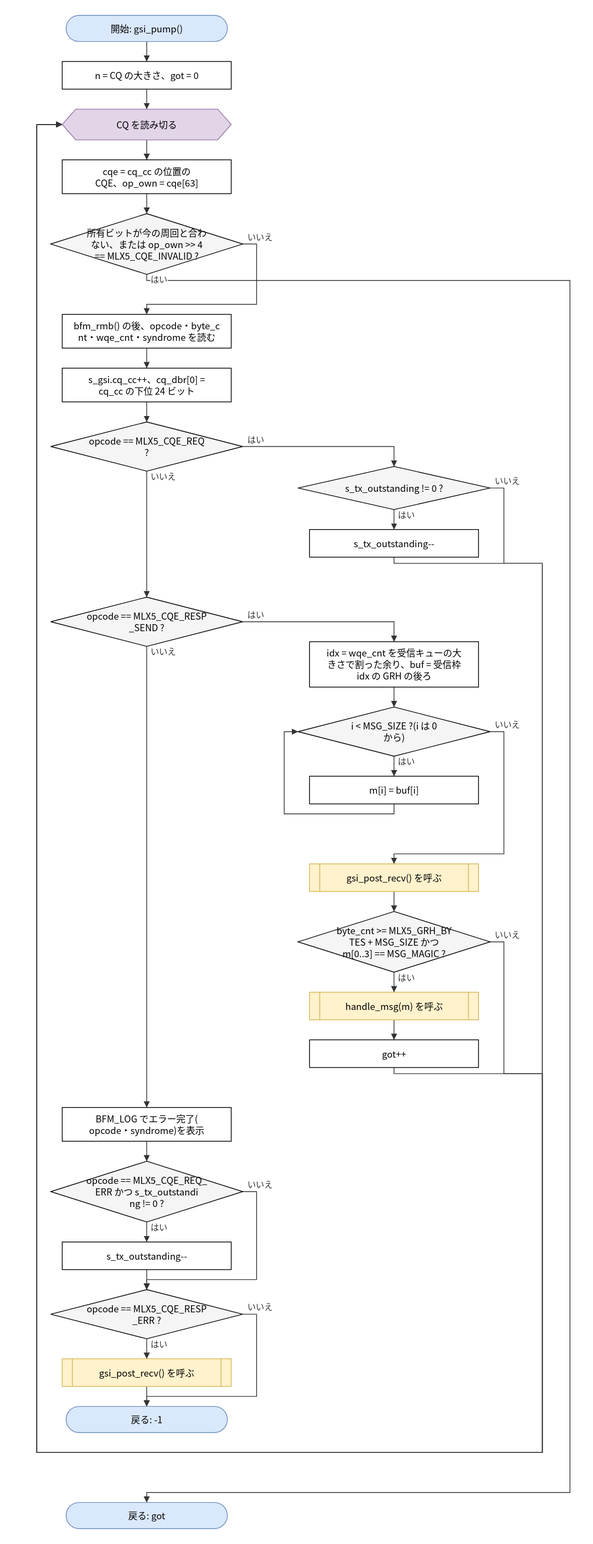
The draw.io diagram doc/spec/images/flow_src_bfm_cm-gsi_pump.drawio.svg in hf355051012-ai/bfmem, before a commit. Source tidied: cells renumbered, new cells last; positions are measured from the earlier drawing's top-left corner, leaving out a move shared by most shapes.
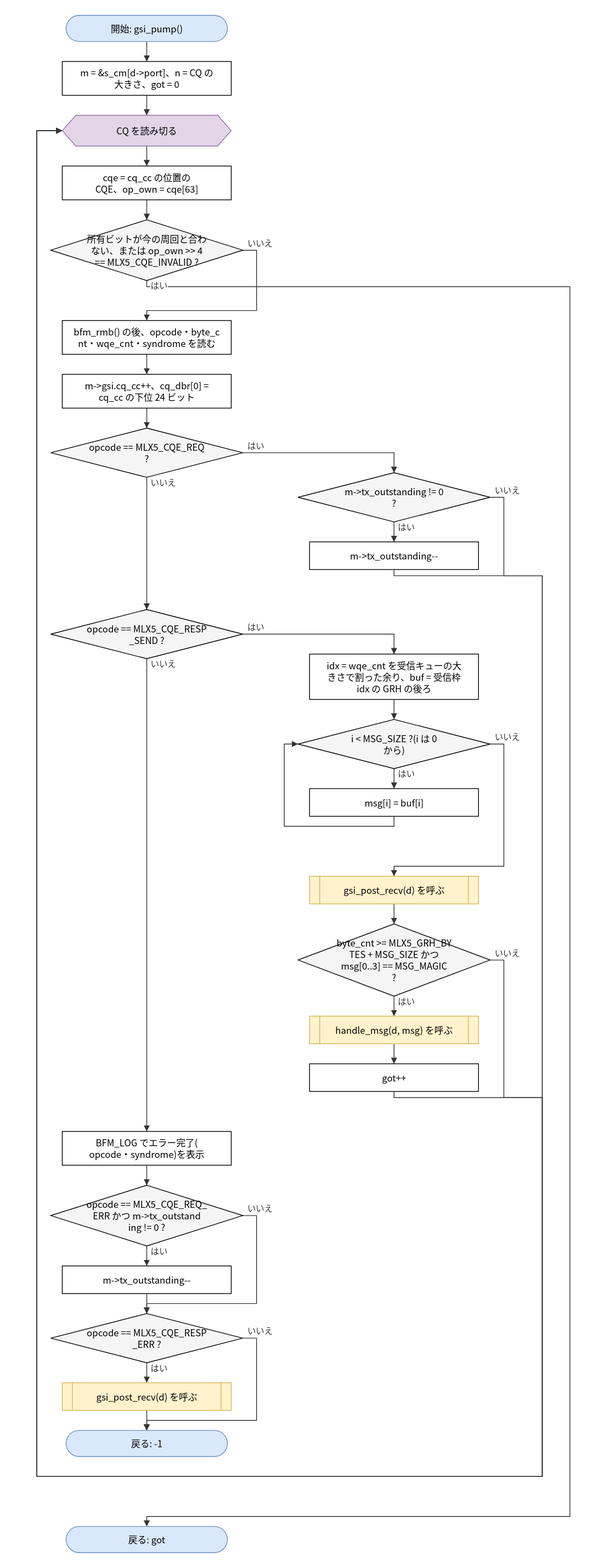
Above is the later version.

Change to the diagram source:
```diff
@@ -5,77 +5,77 @@
     <mxCell id="2" value="開始: gsi_pump()" style="rounded=1;arcSize=50;whiteSpace=wrap;html=1;fillColor=#dae8fc;strokeColor=#6c8ebf;" parent="1" vertex="1">
       <mxGeometry x="38" width="210" height="34" as="geometry" />
     </mxCell>
-    <mxCell id="3" value="n = CQ の大きさ、got = 0" style="rounded=0;whiteSpace=wrap;html=1;" parent="1" vertex="1">
-      <mxGeometry x="33" y="60" width="220" height="36" as="geometry" />
+    <mxCell id="3" value="m = &amp;amp;s_cm[d-&amp;gt;port]、n = CQ の&lt;br&gt;大きさ、got = 0" style="rounded=0;whiteSpace=wrap;html=1;" parent="1" vertex="1">
+      <mxGeometry x="33" y="60" width="220" height="44" as="geometry" />
     </mxCell>
     <mxCell id="4" value="CQ を読み切る" style="shape=hexagon;perimeter=hexagonPerimeter2;whiteSpace=wrap;html=1;size=0.08;fillColor=#e1d5e7;strokeColor=#9673a6;" parent="1" vertex="1">
-      <mxGeometry x="33" y="122" width="220" height="40" as="geometry" />
+      <mxGeometry x="33" y="130" width="220" height="40" as="geometry" />
     </mxCell>
     <mxCell id="5" value="cqe = cq_cc の位置の&lt;br&gt;CQE、op_own = cqe[63]" style="rounded=0;whiteSpace=wrap;html=1;" parent="1" vertex="1">
-      <mxGeometry x="33" y="188" width="220" height="44" as="geometry" />
+      <mxGeometry x="33" y="196" width="220" height="44" as="geometry" />
     </mxCell>
     <mxCell id="6" value="所有ビットが今の周回と合わ&lt;br&gt;ない、または op_own &amp;gt;&amp;gt; 4&lt;br&gt;== MLX5_CQE_INVALID ?" style="rhombus;whiteSpace=wrap;html=1;fillColor=#f5f5f5;" parent="1" vertex="1">
-      <mxGeometry x="18" y="258" width="250" height="79" as="geometry" />
+      <mxGeometry x="18" y="266" width="250" height="79" as="geometry" />
     </mxCell>
     <mxCell id="7" value="bfm_rmb() の後、opcode・byte_c&lt;br&gt;nt・wqe_cnt・syndrome を読む" style="rounded=0;whiteSpace=wrap;html=1;" parent="1" vertex="1">
-      <mxGeometry x="33" y="389" width="220" height="44" as="geometry" />
+      <mxGeometry x="33" y="397" width="220" height="44" as="geometry" />
     </mxCell>
-    <mxCell id="8" value="s_gsi.cq_cc++、cq_dbr[0] =&lt;br&gt;cq_cc の下位 24 ビット" style="rounded=0;whiteSpace=wrap;html=1;" parent="1" vertex="1">
-      <mxGeometry x="33" y="459" width="220" height="44" as="geometry" />
+    <mxCell id="8" value="m-&amp;gt;gsi.cq_cc++、cq_dbr[0] =&lt;br&gt;cq_cc の下位 24 ビット" style="rounded=0;whiteSpace=wrap;html=1;" parent="1" vertex="1">
+      <mxGeometry x="33" y="467" width="220" height="44" as="geometry" />
     </mxCell>
     <mxCell id="9" value="opcode == MLX5_CQE_REQ&lt;br&gt;?" style="rhombus;whiteSpace=wrap;html=1;fillColor=#f5f5f5;" parent="1" vertex="1">
-      <mxGeometry x="18" y="529" width="250" height="64" as="geometry" />
+      <mxGeometry x="18" y="537" width="250" height="64" as="geometry" />
     </mxCell>
-    <mxCell id="10" value="s_tx_outstanding != 0 ?" style="rhombus;whiteSpace=wrap;html=1;fillColor=#f5f5f5;" parent="1" vertex="1">
-      <mxGeometry x="340" y="587" width="250" height="56" as="geometry" />
+    <mxCell id="10" value="m-&amp;gt;tx_outstanding != 0&lt;br&gt;?" style="rhombus;whiteSpace=wrap;html=1;fillColor=#f5f5f5;" parent="1" vertex="1">
+      <mxGeometry x="340" y="595" width="250" height="64" as="geometry" />
     </mxCell>
-    <mxCell id="11" value="s_tx_outstanding--" style="rounded=0;whiteSpace=wrap;html=1;" parent="1" vertex="1">
-      <mxGeometry x="355" y="669" width="220" height="36" as="geometry" />
+    <mxCell id="11" value="m-&amp;gt;tx_outstanding--" style="rounded=0;whiteSpace=wrap;html=1;" parent="1" vertex="1">
+      <mxGeometry x="355" y="685" width="220" height="36" as="geometry" />
     </mxCell>
     <mxCell id="12" value="opcode == MLX5_CQE_RESP&lt;br&gt;_SEND ?" style="rhombus;whiteSpace=wrap;html=1;fillColor=#f5f5f5;" parent="1" vertex="1">
-      <mxGeometry x="18" y="757" width="250" height="64" as="geometry" />
+      <mxGeometry x="18" y="773" width="250" height="64" as="geometry" />
     </mxCell>
     <mxCell id="13" value="idx = wqe_cnt を受信キューの大&lt;br&gt;きさで割った余り、buf = 受信枠&lt;br&gt;idx の GRH の後ろ" style="rounded=0;whiteSpace=wrap;html=1;" parent="1" vertex="1">
-      <mxGeometry x="355" y="815" width="220" height="59" as="geometry" />
+      <mxGeometry x="355" y="831" width="220" height="59" as="geometry" />
     </mxCell>
     <mxCell id="14" value="i &amp;lt; MSG_SIZE ?(i は 0&lt;br&gt;から)" style="rhombus;whiteSpace=wrap;html=1;fillColor=#f5f5f5;" parent="1" vertex="1">
-      <mxGeometry x="340" y="900" width="250" height="64" as="geometry" />
+      <mxGeometry x="340" y="916" width="250" height="64" as="geometry" />
     </mxCell>
-    <mxCell id="15" value="m[i] = buf[i]" style="rounded=0;whiteSpace=wrap;html=1;" parent="1" vertex="1">
-      <mxGeometry x="355" y="990" width="220" height="36" as="geometry" />
+    <mxCell id="15" value="msg[i] = buf[i]" style="rounded=0;whiteSpace=wrap;html=1;" parent="1" vertex="1">
+      <mxGeometry x="355" y="1006" width="220" height="36" as="geometry" />
     </mxCell>
-    <mxCell id="16" value="gsi_post_recv() を呼ぶ" style="shape=process;whiteSpace=wrap;html=1;backgroundOutline=1;size=0.06;fillColor=#fff2cc;strokeColor=#d6b656;" parent="1" vertex="1">
-      <mxGeometry x="355" y="1104" width="220" height="36" as="geometry" />
+    <mxCell id="16" value="gsi_post_recv(d) を呼ぶ" style="shape=process;whiteSpace=wrap;html=1;backgroundOutline=1;size=0.06;fillColor=#fff2cc;strokeColor=#d6b656;" parent="1" vertex="1">
+      <mxGeometry x="355" y="1120" width="220" height="36" as="geometry" />
     </mxCell>
-    <mxCell id="17" value="byte_cnt &amp;gt;= MLX5_GRH_BY&lt;br&gt;TES + MSG_SIZE かつ&lt;br&gt;m[0..3] == MSG_MAGIC ?" style="rhombus;whiteSpace=wrap;html=1;fillColor=#f5f5f5;" parent="1" vertex="1">
-      <mxGeometry x="340" y="1166" width="250" height="79" as="geometry" />
+    <mxCell id="17" value="byte_cnt &amp;gt;= MLX5_GRH_BY&lt;br&gt;TES + MSG_SIZE かつ&lt;br&gt;msg[0..3] == MSG_MAGIC&lt;br&gt;?" style="rhombus;whiteSpace=wrap;html=1;fillColor=#f5f5f5;" parent="1" vertex="1">
+      <mxGeometry x="340" y="1182" width="250" height="94" as="geometry" />
     </mxCell>
-    <mxCell id="18" value="handle_msg(m) を呼ぶ" style="shape=process;whiteSpace=wrap;html=1;backgroundOutline=1;size=0.06;fillColor=#fff2cc;strokeColor=#d6b656;" parent="1" vertex="1">
-      <mxGeometry x="355" y="1271" width="220" height="36" as="geometry" />
+    <mxCell id="18" value="handle_msg(d, msg) を呼ぶ" style="shape=process;whiteSpace=wrap;html=1;backgroundOutline=1;size=0.06;fillColor=#fff2cc;strokeColor=#d6b656;" parent="1" vertex="1">
+      <mxGeometry x="355" y="1302" width="220" height="36" as="geometry" />
     </mxCell>
     <mxCell id="19" value="got++" style="rounded=0;whiteSpace=wrap;html=1;" parent="1" vertex="1">
-      <mxGeometry x="355" y="1333" width="220" height="36" as="geometry" />
+      <mxGeometry x="355" y="1364" width="220" height="36" as="geometry" />
     </mxCell>
     <mxCell id="20" value="BFM_LOG でエラー完了(&lt;br&gt;opcode・syndrome)を表示" style="rounded=0;whiteSpace=wrap;html=1;" parent="1" vertex="1">
-      <mxGeometry x="33" y="1421" width="220" height="44" as="geometry" />
+      <mxGeometry x="33" y="1452" width="220" height="44" as="geometry" />
     </mxCell>
-    <mxCell id="21" value="opcode == MLX5_CQE_REQ_&lt;br&gt;ERR かつ s_tx_outstandi&lt;br&gt;ng != 0 ?" style="rhombus;whiteSpace=wrap;html=1;fillColor=#f5f5f5;" parent="1" vertex="1">
-      <mxGeometry x="18" y="1491" width="250" height="79" as="geometry" />
+    <mxCell id="21" value="opcode == MLX5_CQE_REQ_&lt;br&gt;ERR かつ m-&amp;gt;tx_outstand&lt;br&gt;ing != 0 ?" style="rhombus;whiteSpace=wrap;html=1;fillColor=#f5f5f5;" parent="1" vertex="1">
+      <mxGeometry x="18" y="1522" width="250" height="79" as="geometry" />
     </mxCell>
-    <mxCell id="22" value="s_tx_outstanding--" style="rounded=0;whiteSpace=wrap;html=1;" parent="1" vertex="1">
-      <mxGeometry x="33" y="1596" width="220" height="36" as="geometry" />
+    <mxCell id="22" value="m-&amp;gt;tx_outstanding--" style="rounded=0;whiteSpace=wrap;html=1;" parent="1" vertex="1">
+      <mxGeometry x="33" y="1627" width="220" height="36" as="geometry" />
     </mxCell>
     <mxCell id="23" value="opcode == MLX5_CQE_RESP&lt;br&gt;_ERR ?" style="rhombus;whiteSpace=wrap;html=1;fillColor=#f5f5f5;" parent="1" vertex="1">
-      <mxGeometry x="18" y="1658" width="250" height="64" as="geometry" />
+      <mxGeometry x="18" y="1689" width="250" height="64" as="geometry" />
     </mxCell>
-    <mxCell id="24" value="gsi_post_recv() を呼ぶ" style="shape=process;whiteSpace=wrap;html=1;backgroundOutline=1;size=0.06;fillColor=#fff2cc;strokeColor=#d6b656;" parent="1" vertex="1">
-      <mxGeometry x="33" y="1748" width="220" height="36" as="geometry" />
+    <mxCell id="24" value="gsi_post_recv(d) を呼ぶ" style="shape=process;whiteSpace=wrap;html=1;backgroundOutline=1;size=0.06;fillColor=#fff2cc;strokeColor=#d6b656;" parent="1" vertex="1">
+      <mxGeometry x="33" y="1779" width="220" height="36" as="geometry" />
     </mxCell>
     <mxCell id="25" value="戻る: -1" style="rounded=1;arcSize=50;whiteSpace=wrap;html=1;fillColor=#dae8fc;strokeColor=#6c8ebf;" parent="1" vertex="1">
-      <mxGeometry x="38" y="1810" width="210" height="34" as="geometry" />
+      <mxGeometry x="38" y="1841" width="210" height="34" as="geometry" />
     </mxCell>
     <mxCell id="26" value="戻る: got" style="rounded=1;arcSize=50;whiteSpace=wrap;html=1;fillColor=#dae8fc;strokeColor=#6c8ebf;" parent="1" vertex="1">
-      <mxGeometry x="38" y="1935" width="210" height="34" as="geometry" />
+      <mxGeometry x="38" y="1966" width="210" height="34" as="geometry" />
     </mxCell>
     <mxCell id="27" style="edgeStyle=none;html=1;rounded=0;endArrow=block;endFill=1;exitX=0.5000;exitY=1.0000;exitDx=0;exitDy=0;exitPerimeter=0;entryX=0.5000;entryY=0.0000;entryDx=0;entryDy=0;entryPerimeter=0;" parent="1" edge="1" source="2" target="3">
       <mxGeometry relative="1" as="geometry" />
@@ -92,9 +92,9 @@
     <mxCell id="31" value="いいえ" style="edgeStyle=none;html=1;rounded=0;endArrow=block;endFill=1;exitX=1.0000;exitY=0.5000;exitDx=0;exitDy=0;exitPerimeter=0;entryX=0.5000;entryY=0.0000;entryDx=0;entryDy=0;entryPerimeter=0;" parent="1" edge="1" source="6" target="7">
       <mxGeometry relative="1" as="geometry">
         <Array as="points">
-          <mxPoint x="286" y="297.5" />
-          <mxPoint x="286" y="376" />
-          <mxPoint x="143" y="376" />
+          <mxPoint x="286" y="305.5" />
+          <mxPoint x="286" y="384" />
+          <mxPoint x="143" y="384" />
         </Array>
       </mxGeometry>
     </mxCell>
@@ -107,7 +107,7 @@
     <mxCell id="34" value="はい" style="edgeStyle=none;html=1;rounded=0;endArrow=block;endFill=1;exitX=1.0000;exitY=0.5000;exitDx=0;exitDy=0;exitPerimeter=0;entryX=0.5000;entryY=0.0000;entryDx=0;entryDy=0;entryPerimeter=0;" parent="1" edge="1" source="9" target="10">
       <mxGeometry relative="1" as="geometry">
         <Array as="points">
-          <mxPoint x="465" y="561" />
+          <mxPoint x="465" y="569" />
         </Array>
       </mxGeometry>
     </mxCell>
@@ -120,7 +120,7 @@
     <mxCell id="37" value="はい" style="edgeStyle=none;html=1;rounded=0;endArrow=block;endFill=1;exitX=1.0000;exitY=0.5000;exitDx=0;exitDy=0;exitPerimeter=0;entryX=0.5000;entryY=0.0000;entryDx=0;entryDy=0;entryPerimeter=0;" parent="1" edge="1" source="12" target="13">
       <mxGeometry relative="1" as="geometry">
         <Array as="points">
-          <mxPoint x="465" y="789" />
+          <mxPoint x="465" y="805" />
         </Array>
       </mxGeometry>
     </mxCell>
@@ -133,18 +133,18 @@
     <mxCell id="40" style="edgeStyle=none;html=1;rounded=0;endArrow=block;endFill=1;exitX=0.5000;exitY=1.0000;exitDx=0;exitDy=0;exitPerimeter=0;entryX=0.0000;entryY=0.5000;entryDx=0;entryDy=0;entryPerimeter=0;" parent="1" edge="1" source="15" target="14">
       <mxGeometry relative="1" as="geometry">
         <Array as="points">
-          <mxPoint x="465" y="1039" />
-          <mxPoint x="322" y="1039" />
-          <mxPoint x="322" y="932" />
+          <mxPoint x="465" y="1055" />
+          <mxPoint x="322" y="1055" />
+          <mxPoint x="322" y="948" />
         </Array>
       </mxGeometry>
     </mxCell>
     <mxCell id="41" value="いいえ" style="edgeStyle=none;html=1;rounded=0;endArrow=block;endFill=1;exitX=1.0000;exitY=0.5000;exitDx=0;exitDy=0;exitPerimeter=0;entryX=0.5000;entryY=0.0000;entryDx=0;entryDy=0;entryPerimeter=0;" parent="1" edge="1" source="14" target="16">
       <mxGeometry relative="1" as="geometry">
         <Array as="points">
-          <mxPoint x="608" y="932" />
-          <mxPoint x="608" y="1091" />
-          <mxPoint x="465" y="1091" />
+          <mxPoint x="608" y="948" />
+          <mxPoint x="608" y="1107" />
+          <mxPoint x="465" y="1107" />
         </Array>
       </mxGeometry>
     </mxCell>
@@ -172,9 +172,9 @@
     <mxCell id="49" value="いいえ" style="edgeStyle=none;html=1;rounded=0;endArrow=block;endFill=1;exitX=1.0000;exitY=0.5000;exitDx=0;exitDy=0;exitPerimeter=0;entryX=0.5000;entryY=0.0000;entryDx=0;entryDy=0;entryPerimeter=0;" parent="1" edge="1" source="21" target="23">
       <mxGeometry relative="1" as="geometry">
         <Array as="points">
-          <mxPoint x="286" y="1530.5" />
-          <mxPoint x="286" y="1645" />
-          <mxPoint x="143" y="1645" />
+          <mxPoint x="286" y="1561.5" />
+          <mxPoint x="286" y="1676" />
+          <mxPoint x="143" y="1676" />
         </Array>
       </mxGeometry>
     </mxCell>
@@ -187,65 +187,65 @@
     <mxCell id="52" value="いいえ" style="edgeStyle=none;html=1;rounded=0;endArrow=block;endFill=1;exitX=1.0000;exitY=0.5000;exitDx=0;exitDy=0;exitPerimeter=0;entryX=0.5000;entryY=0.0000;entryDx=0;entryDy=0;entryPerimeter=0;" parent="1" edge="1" source="23" target="25">
       <mxGeometry relative="1" as="geometry">
         <Array as="points">
-          <mxPoint x="286" y="1690" />
-          <mxPoint x="286" y="1797" />
-          <mxPoint x="143" y="1797" />
+          <mxPoint x="286" y="1721" />
+          <mxPoint x="286" y="1828" />
+          <mxPoint x="143" y="1828" />
         </Array>
       </mxGeometry>
     </mxCell>
     <mxCell id="53" style="edgeStyle=none;html=1;rounded=0;endArrow=block;endFill=1;exitX=0.5000;exitY=1.0000;exitDx=0;exitDy=0;exitPerimeter=0;entryX=0.0000;entryY=0.5000;entryDx=0;entryDy=0;entryPerimeter=0;" parent="1" edge="1" source="11" target="4">
       <mxGeometry relative="1" as="geometry">
         <Array as="points">
-          <mxPoint x="465" y="713" />
-          <mxPoint x="658" y="713" />
-          <mxPoint x="658" y="1870" />
-          <mxPoint y="1870" />
-          <mxPoint y="142" />
+          <mxPoint x="465" y="729" />
+          <mxPoint x="658" y="729" />
+          <mxPoint x="658" y="1901" />
+          <mxPoint y="1901" />
+          <mxPoint y="150" />
         </Array>
       </mxGeometry>
     </mxCell>
     <mxCell id="54" value="いいえ" style="edgeStyle=none;html=1;rounded=0;endArrow=block;endFill=1;exitX=1.0000;exitY=0.5000;exitDx=0;exitDy=0;exitPerimeter=0;entryX=0.0000;entryY=0.5000;entryDx=0;entryDy=0;entryPerimeter=0;" parent="1" edge="1" source="10" target="4">
       <mxGeometry relative="1" as="geometry">
         <Array as="points">
-          <mxPoint x="608" y="615" />
-          <mxPoint x="608" y="713" />
-          <mxPoint x="658" y="713" />
-          <mxPoint x="658" y="1870" />
-          <mxPoint y="1870" />
-          <mxPoint y="142" />
+          <mxPoint x="608" y="627" />
+          <mxPoint x="608" y="729" />
+          <mxPoint x="658" y="729" />
+          <mxPoint x="658" y="1901" />
+          <mxPoint y="1901" />
+          <mxPoint y="150" />
         </Array>
       </mxGeometry>
     </mxCell>
     <mxCell id="55" style="edgeStyle=none;html=1;rounded=0;endArrow=block;endFill=1;exitX=0.5000;exitY=1.0000;exitDx=0;exitDy=0;exitPerimeter=0;entryX=0.0000;entryY=0.5000;entryDx=0;entryDy=0;entryPerimeter=0;" parent="1" edge="1" source="19" target="4">
       <mxGeometry relative="1" as="geometry">
         <Array as="points">
-          <mxPoint x="465" y="1377" />
-          <mxPoint x="658" y="1377" />
-          <mxPoint x="658" y="1870" />
-          <mxPoint y="1870" />
-          <mxPoint y="142" />
+          <mxPoint x="465" y="1408" />
+          <mxPoint x="658" y="1408" />
+          <mxPoint x="658" y="1901" />
+          <mxPoint y="1901" />
+          <mxPoint y="150" />
         </Array>
       </mxGeometry>
     </mxCell>
     <mxCell id="56" value="いいえ" style="edgeStyle=none;html=1;rounded=0;endArrow=block;endFill=1;exitX=1.0000;exitY=0.5000;exitDx=0;exitDy=0;exitPerimeter=0;entryX=0.0000;entryY=0.5000;entryDx=0;entryDy=0;entryPerimeter=0;" parent="1" edge="1" source="17" target="4">
       <mxGeometry relative="1" as="geometry">
         <Array as="points">
-          <mxPoint x="608" y="1205.5" />
-          <mxPoint x="608" y="1377" />
-          <mxPoint x="658" y="1377" />
-          <mxPoint x="658" y="1870" />
-          <mxPoint y="1870" />
-          <mxPoint y="142" />
+          <mxPoint x="608" y="1229" />
+          <mxPoint x="608" y="1408" />
+          <mxPoint x="658" y="1408" />
+          <mxPoint x="658" y="1901" />
+          <mxPoint y="1901" />
+          <mxPoint y="150" />
         </Array>
       </mxGeometry>
     </mxCell>
     <mxCell id="57" value="はい" style="edgeStyle=none;html=1;rounded=0;endArrow=block;endFill=1;exitX=0.5000;exitY=1.0000;exitDx=0;exitDy=0;exitPerimeter=0;entryX=0.5000;entryY=0.0000;entryDx=0;entryDy=0;entryPerimeter=0;" parent="1" edge="1" source="6" target="26">
       <mxGeometry relative="1" as="geometry">
         <Array as="points">
-          <mxPoint x="143" y="345" />
-          <mxPoint x="694" y="345" />
-          <mxPoint x="694" y="1922" />
-          <mxPoint x="143" y="1922" />
+          <mxPoint x="143" y="353" />
+          <mxPoint x="694" y="353" />
+          <mxPoint x="694" y="1953" />
+          <mxPoint x="143" y="1953" />
         </Array>
       </mxGeometry>
     </mxCell>
```
